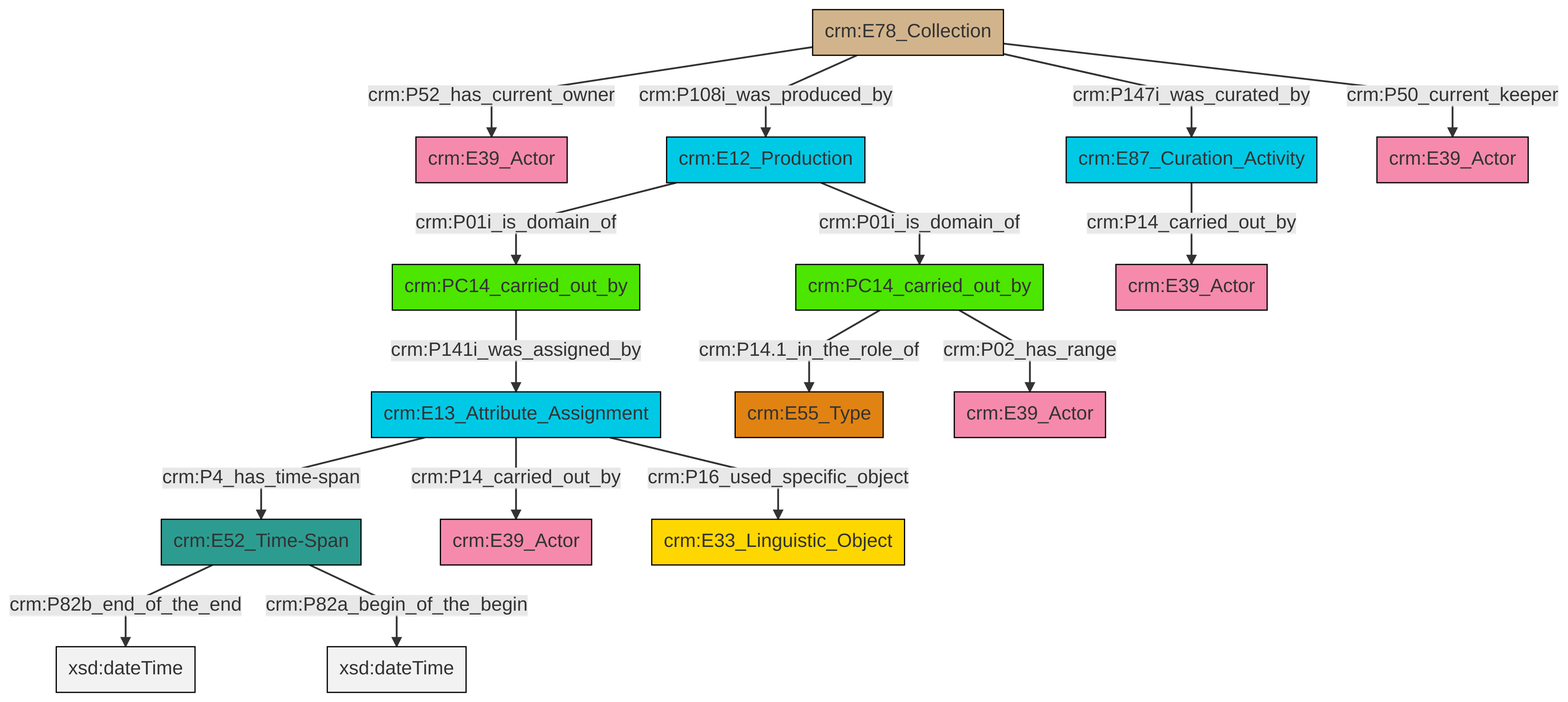
Above: et/archivalCSV/ttl/mmd/png/archival_relation.png in swiss-art-research-net/docs.swissartresearch (Mermaid), before the change. Its source is kept beside it as et/archivalCSV/ttl/mmd/archival_relation.ttl.mmd.
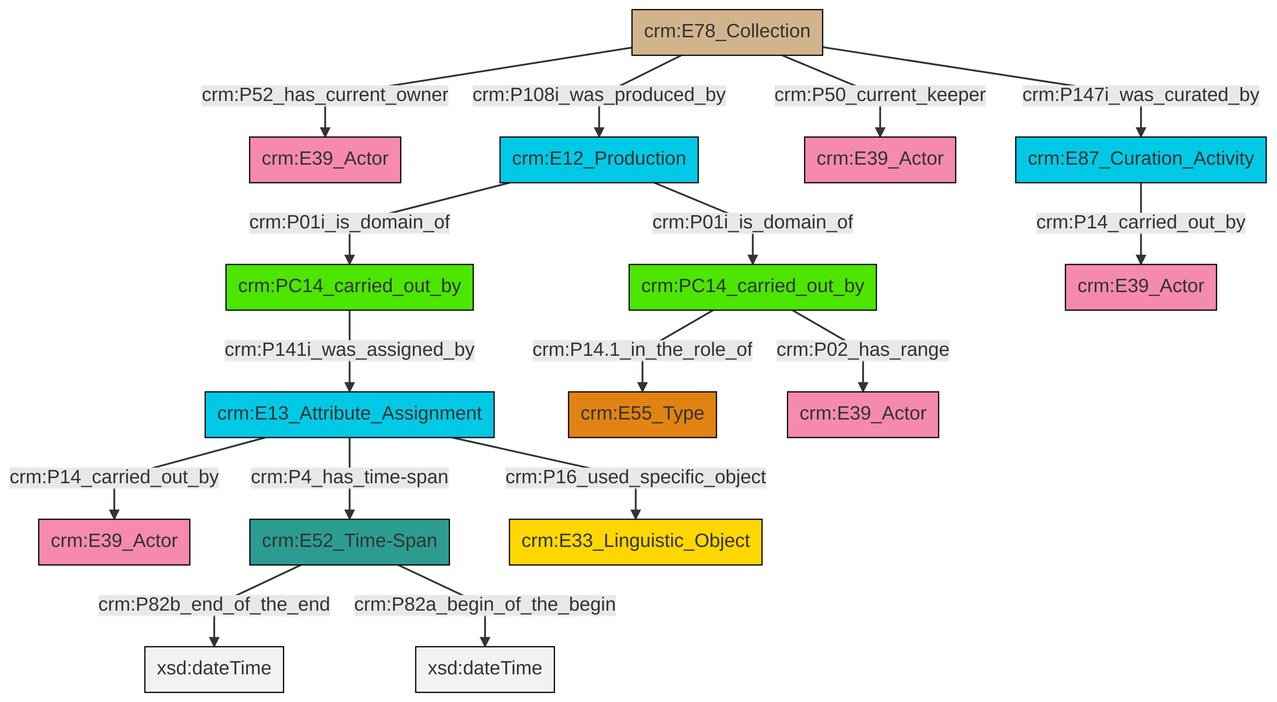
The same diagram one commit later.

What changed in the source:
```diff
@@ -13,18 +13,18 @@
 classDef PC_Classes fill:#4ce600, stroke:#000000;
 classDef Multi fill:#cccccc,stroke:#000000;
 
-4["crm:E78_Collection"]:::Physical_Thing -->|crm:P52_has_current_owner| 5["crm:E39_Actor"]:::Actor
-8["crm:E13_Attribute_Assignment"]:::Temporal_Entity -->|crm:P14_carried_out_by| 9["crm:E39_Actor"]:::Actor
-2["crm:E52_Time-Span"]:::Time-Span -->|crm:P82b_end_of_the_end| 10[xsd:dateTime]:::Literal
-0["crm:PC14_carried_out_by"]:::PC_Classes -->|crm:P14.1_in_the_role_of| 12["crm:E55_Type"]:::Type
-13["crm:PC14_carried_out_by"]:::PC_Classes -->|crm:P141i_was_assigned_by| 8["crm:E13_Attribute_Assignment"]:::Temporal_Entity
-8["crm:E13_Attribute_Assignment"]:::Temporal_Entity -->|crm:P16_used_specific_object| 17["crm:E33_Linguistic_Object"]:::Conceptual_Object
-14["crm:E12_Production"]:::Temporal_Entity -->|crm:P01i_is_domain_of| 0["crm:PC14_carried_out_by"]:::PC_Classes
-8["crm:E13_Attribute_Assignment"]:::Temporal_Entity -->|crm:P4_has_time-span| 2["crm:E52_Time-Span"]:::Time-Span
-4["crm:E78_Collection"]:::Physical_Thing -->|crm:P50_current_keeper| 18["crm:E39_Actor"]:::Actor
-0["crm:PC14_carried_out_by"]:::PC_Classes -->|crm:P02_has_range| 21["crm:E39_Actor"]:::Actor
-14["crm:E12_Production"]:::Temporal_Entity -->|crm:P01i_is_domain_of| 13["crm:PC14_carried_out_by"]:::PC_Classes
-4["crm:E78_Collection"]:::Physical_Thing -->|crm:P147i_was_curated_by| 6["crm:E87_Curation_Activity"]:::Temporal_Entity
-2["crm:E52_Time-Span"]:::Time-Span -->|crm:P82a_begin_of_the_begin| 26[xsd:dateTime]:::Literal
-6["crm:E87_Curation_Activity"]:::Temporal_Entity -->|crm:P14_carried_out_by| 27["crm:E39_Actor"]:::Actor
-4["crm:E78_Collection"]:::Physical_Thing -->|crm:P108i_was_produced_by| 14["crm:E12_Production"]:::Temporal_Entity
+0["crm:E78_Collection"]:::Physical_Thing -->|crm:P52_has_current_owner| 1["crm:E39_Actor"]:::Actor
+2["crm:PC14_carried_out_by"]:::PC_Classes -->|crm:P141i_was_assigned_by| 3["crm:E13_Attribute_Assignment"]:::Temporal_Entity
+11["crm:PC14_carried_out_by"]:::PC_Classes -->|crm:P14.1_in_the_role_of| 4["crm:E55_Type"]:::Type
+13["crm:E52_Time-Span"]:::Time-Span -->|crm:P82b_end_of_the_end| 14[xsd:dateTime]:::Literal
+3["crm:E13_Attribute_Assignment"]:::Temporal_Entity -->|crm:P16_used_specific_object| 15["crm:E33_Linguistic_Object"]:::Conceptual_Object
+0["crm:E78_Collection"]:::Physical_Thing -->|crm:P50_current_keeper| 16["crm:E39_Actor"]:::Actor
+11["crm:PC14_carried_out_by"]:::PC_Classes -->|crm:P02_has_range| 18["crm:E39_Actor"]:::Actor
+0["crm:E78_Collection"]:::Physical_Thing -->|crm:P108i_was_produced_by| 19["crm:E12_Production"]:::Temporal_Entity
+19["crm:E12_Production"]:::Temporal_Entity -->|crm:P01i_is_domain_of| 2["crm:PC14_carried_out_by"]:::PC_Classes
+3["crm:E13_Attribute_Assignment"]:::Temporal_Entity -->|crm:P4_has_time-span| 13["crm:E52_Time-Span"]:::Time-Span
+0["crm:E78_Collection"]:::Physical_Thing -->|crm:P147i_was_curated_by| 6["crm:E87_Curation_Activity"]:::Temporal_Entity
+13["crm:E52_Time-Span"]:::Time-Span -->|crm:P82a_begin_of_the_begin| 24[xsd:dateTime]:::Literal
+3["crm:E13_Attribute_Assignment"]:::Temporal_Entity -->|crm:P14_carried_out_by| 9["crm:E39_Actor"]:::Actor
+6["crm:E87_Curation_Activity"]:::Temporal_Entity -->|crm:P14_carried_out_by| 26["crm:E39_Actor"]:::Actor
+19["crm:E12_Production"]:::Temporal_Entity -->|crm:P01i_is_domain_of| 11["crm:PC14_carried_out_by"]:::PC_Classes
```
